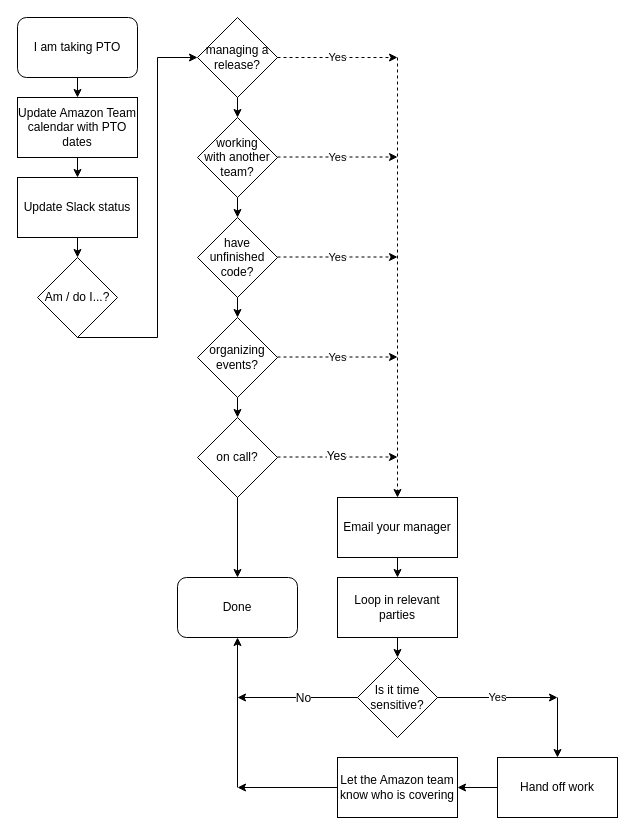
This is docs/pto-todos-flowchart-draw-io-xml.drawio from mozilla-mobile/firefox-tv, a draw.io file, before an edit. Source tidied: cells renumbered, new cells numbered last; positions are measured from the earlier drawing's top-left corner, leaving out a move shared by most shapes. Both pictures are drawn from the tidied source at 100%, with x=0, y=0 at pixel (17, 17).
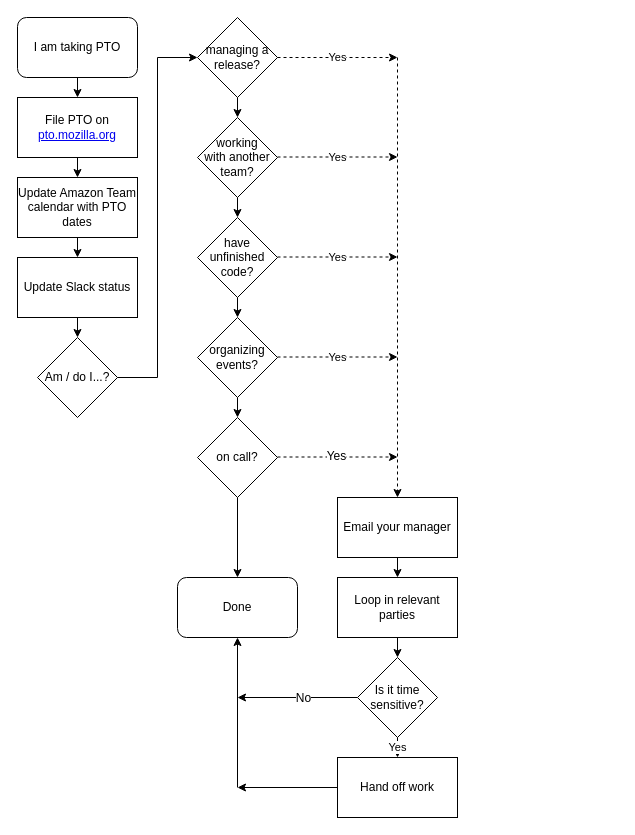
After the change.

Commit message (it also covers changes not shown here):
No issue: update PTO docs with file PTO step

The change refers to these unchanged cells:
```xml
<mxCell id="2" value="I am taking PTO" style="rounded=1;whiteSpace=wrap;html=1;" parent="1" vertex="1">
  <mxGeometry width="120" height="60" as="geometry" />
</mxCell>
<mxCell id="31" value="Is it time sensitive?" style="rhombus;whiteSpace=wrap;html=1;" parent="1" vertex="1">
  <mxGeometry x="340" y="640" width="80" height="80" as="geometry" />
</mxCell>
```

Change to the diagram source:
```diff
@@
     <mxCell id="3" value="Update Amazon Team calendar with PTO dates" style="rounded=0;whiteSpace=wrap;html=1;" parent="1" vertex="1">
-      <mxGeometry y="80" width="120" height="60" as="geometry" />
+      <mxGeometry y="160" width="120" height="60" as="geometry" />
     </mxCell>
     <mxCell id="4" value="Update Slack status" style="rounded=0;whiteSpace=wrap;html=1;" parent="1" vertex="1">
-      <mxGeometry y="160" width="120" height="60" as="geometry" />
+      <mxGeometry y="240" width="120" height="60" as="geometry" />
     </mxCell>
-    <mxCell id="5" style="endArrow=classic;html=1;exitX=0.5;exitY=1;exitDx=0;exitDy=0;entryX=0.5;entryY=0;entryDx=0;entryDy=0;" parent="1" edge="1" source="2" target="3">
+    <mxCell id="5" style="endArrow=classic;html=1;exitX=0.5;exitY=1;exitDx=0;exitDy=0;entryX=0.5;entryY=0;entryDx=0;entryDy=0;" parent="1" edge="1" source="2" target="44">
       <mxGeometry relative="1" as="geometry" />
     </mxCell>
@@
     <mxCell id="7" value="Am / do I...?" style="rhombus;whiteSpace=wrap;html=1;" parent="1" vertex="1">
-      <mxGeometry x="20" y="240" width="80" height="80" as="geometry" />
+      <mxGeometry x="20" y="320" width="80" height="80" as="geometry" />
     </mxCell>
@@
-    <mxCell id="14" style="endArrow=none;html=1;exitX=0.5;exitY=1;exitDx=0;exitDy=0;endFill=0;" parent="1" edge="1" source="7">
+    <mxCell id="14" style="endArrow=none;html=1;exitX=1;exitY=0.5;exitDx=0;exitDy=0;endFill=0;" parent="1" edge="1" source="7">
       <mxGeometry relative="1" as="geometry">
-        <mxPoint x="140" y="320" as="targetPoint" />
+        <mxPoint x="140" y="360" as="targetPoint" />
       </mxGeometry>
     </mxCell>
@@
     <mxCell id="29" style="endArrow=none;html=1;endFill=0;" parent="1" edge="1">
       <mxGeometry relative="1" as="geometry">
-        <mxPoint x="140" y="320" as="sourcePoint" />
+        <mxPoint x="140" y="360" as="sourcePoint" />
         <mxPoint x="140" y="40" as="targetPoint" />
       </mxGeometry>
     </mxCell>
@@
-    <mxCell id="33" value="Let the Amazon team know who is covering" style="rounded=0;whiteSpace=wrap;html=1;" parent="1" vertex="1">
+    <mxCell id="33" value="Hand off work" style="rounded=0;whiteSpace=wrap;html=1;" parent="1" vertex="1">
       <mxGeometry x="320" y="740" width="120" height="60" as="geometry" />
     </mxCell>
-    <mxCell id="34" value="Yes" style="endArrow=classic;html=1;exitX=1;exitY=0.5;exitDx=0;exitDy=0;" parent="1" edge="1" source="31">
-      <mxGeometry relative="1" as="geometry">
-        <mxPoint x="540" y="680" as="targetPoint" />
-      </mxGeometry>
+    <mxCell id="34" value="Yes" style="endArrow=classic;html=1;exitX=0.5;exitY=1;exitDx=0;exitDy=0;entryX=0.5;entryY=0;entryDx=0;entryDy=0;" parent="1" edge="1" source="31" target="33">
+      <mxGeometry relative="1" as="geometry" />
     </mxCell>
@@
-    <mxCell id="41" value="Hand off work" style="rounded=0;whiteSpace=wrap;html=1;" parent="1" vertex="1">
-      <mxGeometry x="480" y="740" width="120" height="60" as="geometry" />
-    </mxCell>
-    <mxCell id="42" style="endArrow=classic;html=1;entryX=0.5;entryY=0;entryDx=0;entryDy=0;" parent="1" edge="1" target="41">
-      <mxGeometry relative="1" as="geometry">
-        <mxPoint x="540" y="680" as="sourcePoint" />
-      </mxGeometry>
-    </mxCell>
-    <mxCell id="43" style="endArrow=classic;html=1;entryX=1;entryY=0.5;entryDx=0;entryDy=0;exitX=0;exitY=0.5;exitDx=0;exitDy=0;" parent="1" edge="1" source="41" target="33">
-      <mxGeometry relative="1" as="geometry" />
-    </mxCell>
+    <mxCell id="44" value="File PTO on &lt;a href=&quot;http://pto.mozilla.org&quot; target=&quot;_blank&quot;&gt;pto.mozilla.org&lt;/a&gt;" style="rounded=0;whiteSpace=wrap;html=1;" parent="1" vertex="1">
+      <mxGeometry y="80" width="120" height="60" as="geometry" />
+    </mxCell>
+    <mxCell id="45" style="endArrow=classic;html=1;exitX=0.5;exitY=1;exitDx=0;exitDy=0;entryX=0.5;entryY=0;entryDx=0;entryDy=0;" parent="1" edge="1" source="44" target="3">
+      <mxGeometry relative="1" as="geometry" />
+    </mxCell>
```
